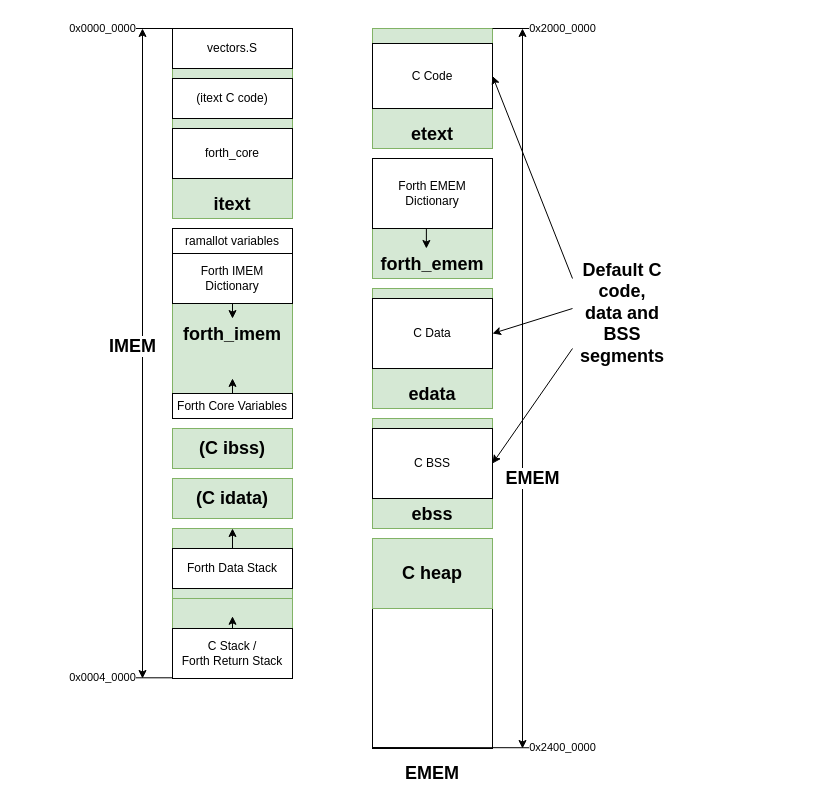
Before: docs/assets/os-mem-layout.drawio in epsilon537/boxlambda, a draw.io diagram. Source tidied: cells renumbered, new cells numbered last; positions are measured from the earlier drawing's top-left corner, leaving out a move shared by most shapes. Both pictures are drawn from the tidied source at 100%, with x=0, y=0 at pixel (112, 28).
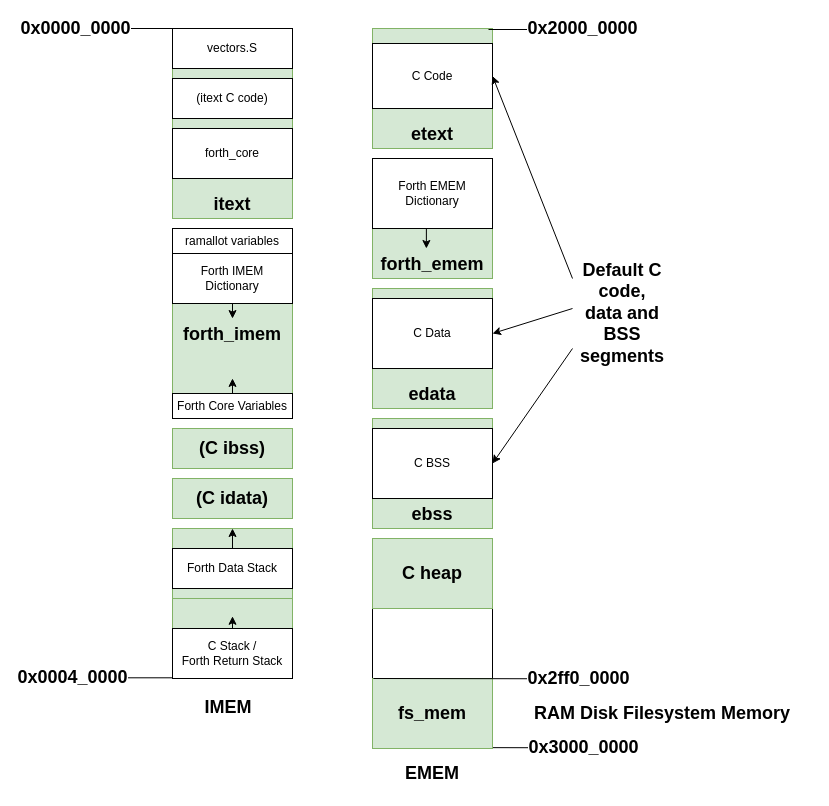
The same diagram, later.

Unchanged cells that the change refers to:
```xml
<mxCell id="7" value="etext" style="rounded=0;whiteSpace=wrap;html=1;verticalAlign=bottom;fillColor=#d5e8d4;strokeColor=#82b366;fontSize=18;fontStyle=1;" parent="1" vertex="1">
  <mxGeometry x="260" width="120" height="120" as="geometry" />
</mxCell>
```

What changed in the source:
```diff
@@
-    <mxCell id="35" value="0x0000_0000" style="endArrow=none;html=1;rounded=0;" parent="1" edge="1">
-      <mxGeometry x="-1" y="-10" relative="1" as="geometry">
-        <mxPoint as="sourcePoint" />
-        <mxPoint x="60" as="targetPoint" />
-        <mxPoint x="-10" y="-10" as="offset" />
+    <mxCell id="35" value="0x0000_0000" style="endArrow=none;html=1;rounded=0;fontSize=18;fontStyle=1;" parent="1" edge="1">
+      <mxGeometry x="-1" y="-40" relative="1" as="geometry">
+        <mxPoint x="3" as="sourcePoint" />
+        <mxPoint x="63" as="targetPoint" />
+        <mxPoint x="-40" y="-40" as="offset" />
       </mxGeometry>
     </mxCell>
-    <mxCell id="36" value="0x0004_0000" style="endArrow=none;html=1;rounded=0;" parent="1" edge="1">
-      <mxGeometry x="-1" y="-10" relative="1" as="geometry">
+    <mxCell id="36" value="0x0004_0000" style="endArrow=none;html=1;rounded=0;fontSize=18;fontStyle=1;" parent="1" edge="1">
+      <mxGeometry x="-1" y="-40" relative="1" as="geometry">
         <mxPoint y="649.3" as="sourcePoint" />
         <mxPoint x="60" y="649.3" as="targetPoint" />
-        <mxPoint x="-10" y="-10" as="offset" />
+        <mxPoint x="-40" y="-40" as="offset" />
       </mxGeometry>
     </mxCell>
-    <mxCell id="37" value="0x2000_0000" style="endArrow=none;html=1;rounded=0;exitX=1;exitY=0;exitDx=0;exitDy=0;" parent="1" edge="1" source="7">
-      <mxGeometry x="1" relative="1" as="geometry">
-        <mxPoint x="450" as="targetPoint" />
+    <mxCell id="37" value="0x2000_0000" style="endArrow=none;html=1;rounded=0;exitX=1;exitY=0;exitDx=0;exitDy=0;fontSize=18;fontStyle=1;" parent="1" edge="1">
+      <mxGeometry x="1" y="24" relative="1" as="geometry">
+        <mxPoint x="376" y="1" as="sourcePoint" />
+        <mxPoint x="446" y="1" as="targetPoint" />
+        <mxPoint x="24" y="23" as="offset" />
       </mxGeometry>
     </mxCell>
-    <mxCell id="38" value="0x2400_0000" style="endArrow=none;html=1;rounded=0;" parent="1" edge="1">
+    <mxCell id="38" value="0x3000_0000" style="endArrow=none;html=1;rounded=0;fontSize=18;fontStyle=1;" parent="1" edge="1">
       <mxGeometry x="1" relative="1" as="geometry">
-        <mxPoint x="260" y="719" as="sourcePoint" />
-        <mxPoint x="450" y="719.3" as="targetPoint" />
+        <mxPoint x="281" y="719" as="sourcePoint" />
+        <mxPoint x="471" y="719.3" as="targetPoint" />
       </mxGeometry>
     </mxCell>
@@
+    <mxCell id="42" value="fs_mem" style="rounded=0;whiteSpace=wrap;html=1;verticalAlign=middle;fillColor=#d5e8d4;strokeColor=#82b366;fontSize=18;fontStyle=1;" parent="1" vertex="1">
+      <mxGeometry x="260" y="650" width="120" height="70" as="geometry" />
+    </mxCell>
+    <mxCell id="43" value="0x2ff0_0000" style="endArrow=none;html=1;rounded=0;fontSize=18;fontStyle=1;" parent="1" edge="1">
+      <mxGeometry x="1" y="15" relative="1" as="geometry">
+        <mxPoint x="261" y="650" as="sourcePoint" />
+        <mxPoint x="451" y="650.3" as="targetPoint" />
+        <mxPoint x="15" y="15" as="offset" />
+      </mxGeometry>
+    </mxCell>
+    <mxCell id="44" value="&lt;font style=&quot;font-size: 18px;&quot;&gt;&lt;b&gt;RAM Disk Filesystem Memory&lt;/b&gt;&lt;/font&gt;" style="text;html=1;align=center;verticalAlign=middle;whiteSpace=wrap;rounded=0;" parent="1" vertex="1">
+      <mxGeometry x="400" y="670" width="300" height="30" as="geometry" />
+    </mxCell>
-    <mxCell id="40" value="&lt;b&gt;&lt;font style=&quot;font-size: 18px;&quot;&gt;IMEM&lt;/font&gt;&lt;/b&gt;" style="endArrow=classic;startArrow=classic;html=1;rounded=0;" parent="1" edge="1">
-      <mxGeometry x="0.02" y="10" relative="1" as="geometry">
-        <mxPoint x="30" y="650" as="sourcePoint" />
-        <mxPoint x="30" as="targetPoint" />
-      </mxGeometry>
+    <mxCell id="40" value="IMEM" style="text;html=1;align=center;verticalAlign=middle;whiteSpace=wrap;rounded=0;fontSize=18;fontStyle=1;" parent="1" vertex="1">
+      <mxGeometry x="86" y="664" width="60" height="30" as="geometry" />
     </mxCell>
-    <mxCell id="41" value="&lt;font style=&quot;font-size: 18px;&quot;&gt;&lt;b&gt;EMEM&lt;/b&gt;&lt;/font&gt;" style="endArrow=classic;startArrow=classic;html=1;rounded=0;" parent="1" edge="1">
-      <mxGeometry x="-0.25" y="-10" relative="1" as="geometry">
-        <mxPoint x="410" y="720" as="sourcePoint" />
-        <mxPoint x="410" as="targetPoint" />
-      </mxGeometry>
-    </mxCell>
```
